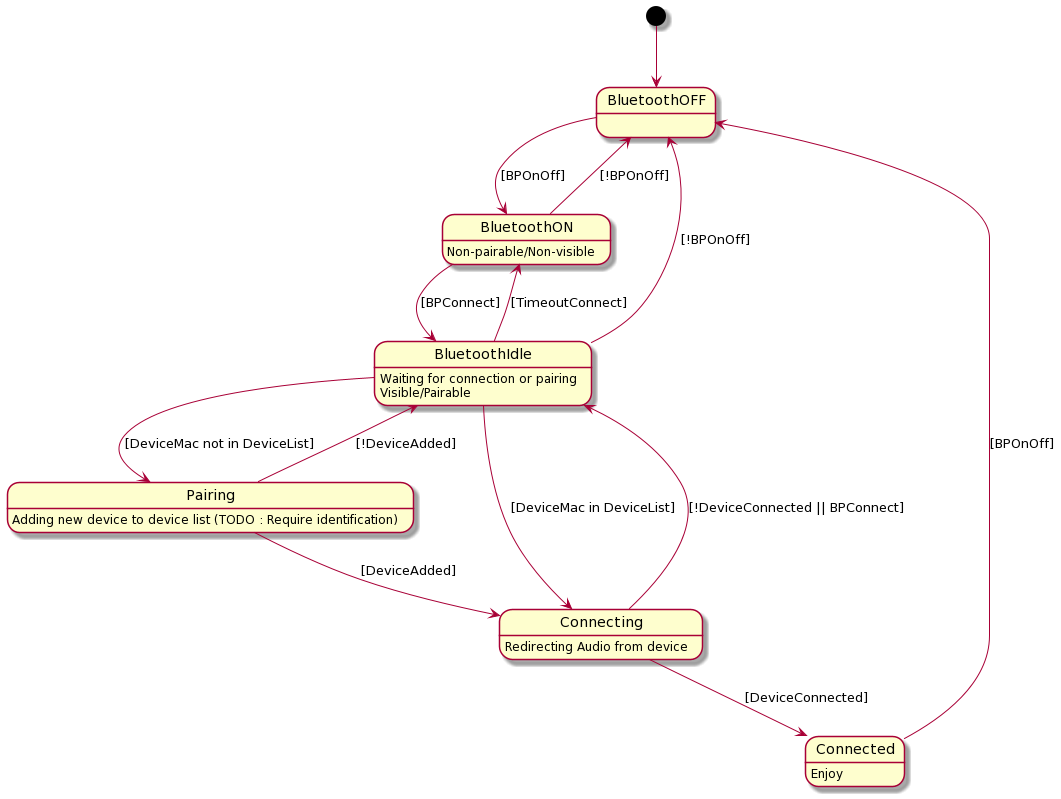
Above: doc/state_diagram.png in gandax/raspytooth (PlantUML), before the change.
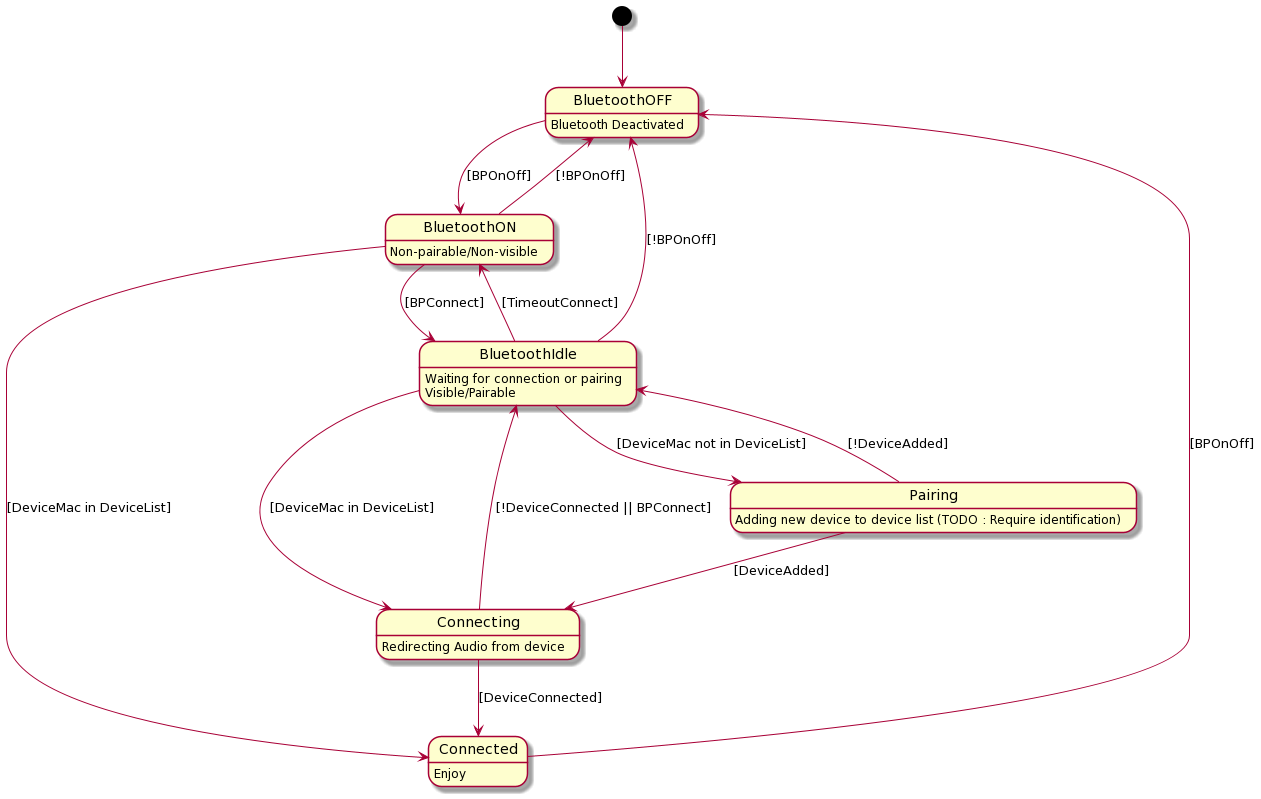
After the commit.

What changed in the source:
```diff
@@ -2,10 +2,12 @@
 [*] --> BluetoothOFF
 
 BluetoothOFF --> BluetoothON : [BPOnOff]
+BluetoothOFF : Bluetooth Deactivated
 
 BluetoothON : Non-pairable/Non-visible
 BluetoothON --> BluetoothOFF : [!BPOnOff]
 BluetoothON --> BluetoothIdle : [BPConnect]
+BluetoothON --> Connected : [DeviceMac in DeviceList]
 
 BluetoothIdle : Waiting for connection or pairing\nVisible/Pairable
 BluetoothIdle --> BluetoothON  : [TimeoutConnect]
```
